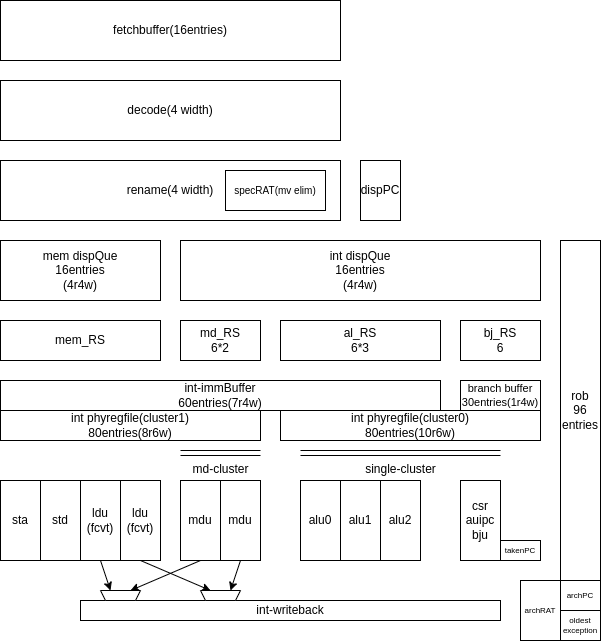
Before: aura-arch.drawio.png, a diagram exported from draw.io (tastynoob/aura-core). Source tidied: cells renumbered, new cells last; positions are measured from the earlier drawing's top-left corner, leaving out a move shared by most shapes.
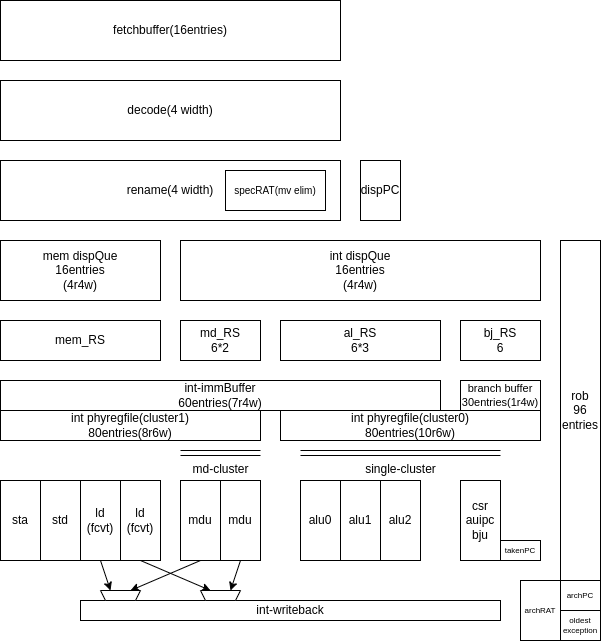
The same diagram one commit later.

What changed in the source:
```diff
@@ -20,13 +20,13 @@
     <mxCell id="7" style="edgeStyle=none;html=1;exitX=0.5;exitY=1;exitDx=0;exitDy=0;entryX=0.75;entryY=1;entryDx=0;entryDy=0;fontSize=10;" parent="1" edge="1" source="8" target="32">
       <mxGeometry relative="1" as="geometry" />
     </mxCell>
-    <mxCell id="8" value="ldu&lt;br&gt;(fcvt)" style="rounded=0;whiteSpace=wrap;html=1;" parent="1" vertex="1">
+    <mxCell id="8" value="ld&lt;br&gt;(fcvt)" style="rounded=0;whiteSpace=wrap;html=1;" parent="1" vertex="1">
       <mxGeometry x="120" y="480" width="40" height="80" as="geometry" />
     </mxCell>
     <mxCell id="9" style="edgeStyle=none;html=1;exitX=0.5;exitY=1;exitDx=0;exitDy=0;entryX=0.75;entryY=1;entryDx=0;entryDy=0;fontSize=10;" parent="1" edge="1" source="10" target="31">
       <mxGeometry relative="1" as="geometry" />
     </mxCell>
-    <mxCell id="10" value="ldu&lt;br&gt;(fcvt)" style="rounded=0;whiteSpace=wrap;html=1;" parent="1" vertex="1">
+    <mxCell id="10" value="ld&lt;br&gt;(fcvt)" style="rounded=0;whiteSpace=wrap;html=1;" parent="1" vertex="1">
       <mxGeometry x="80" y="480" width="40" height="80" as="geometry" />
     </mxCell>
     <mxCell id="11" value="al_RS&lt;br&gt;6*3" style="rounded=0;whiteSpace=wrap;html=1;align=center;verticalAlign=middle;" parent="1" vertex="1">
```
